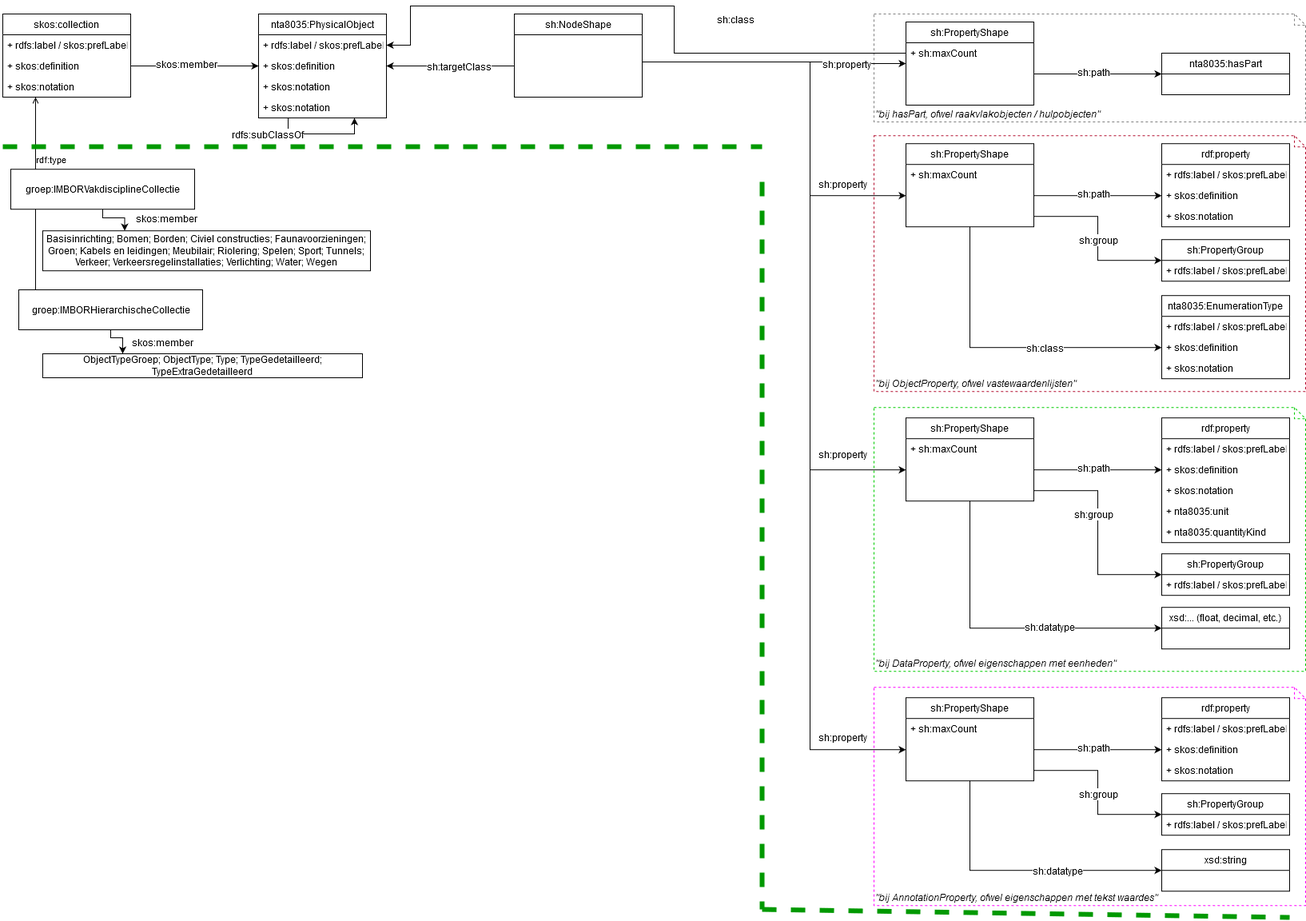
Stichting-CROW/imbor keeps this draw.io diagram as docs/Figures/IMBOR Metamodel.png. Above is the earlier version. Source tidied: cells renumbered, new cells last; positions are measured from the earlier drawing's top-left corner, leaving out a move shared by most shapes.
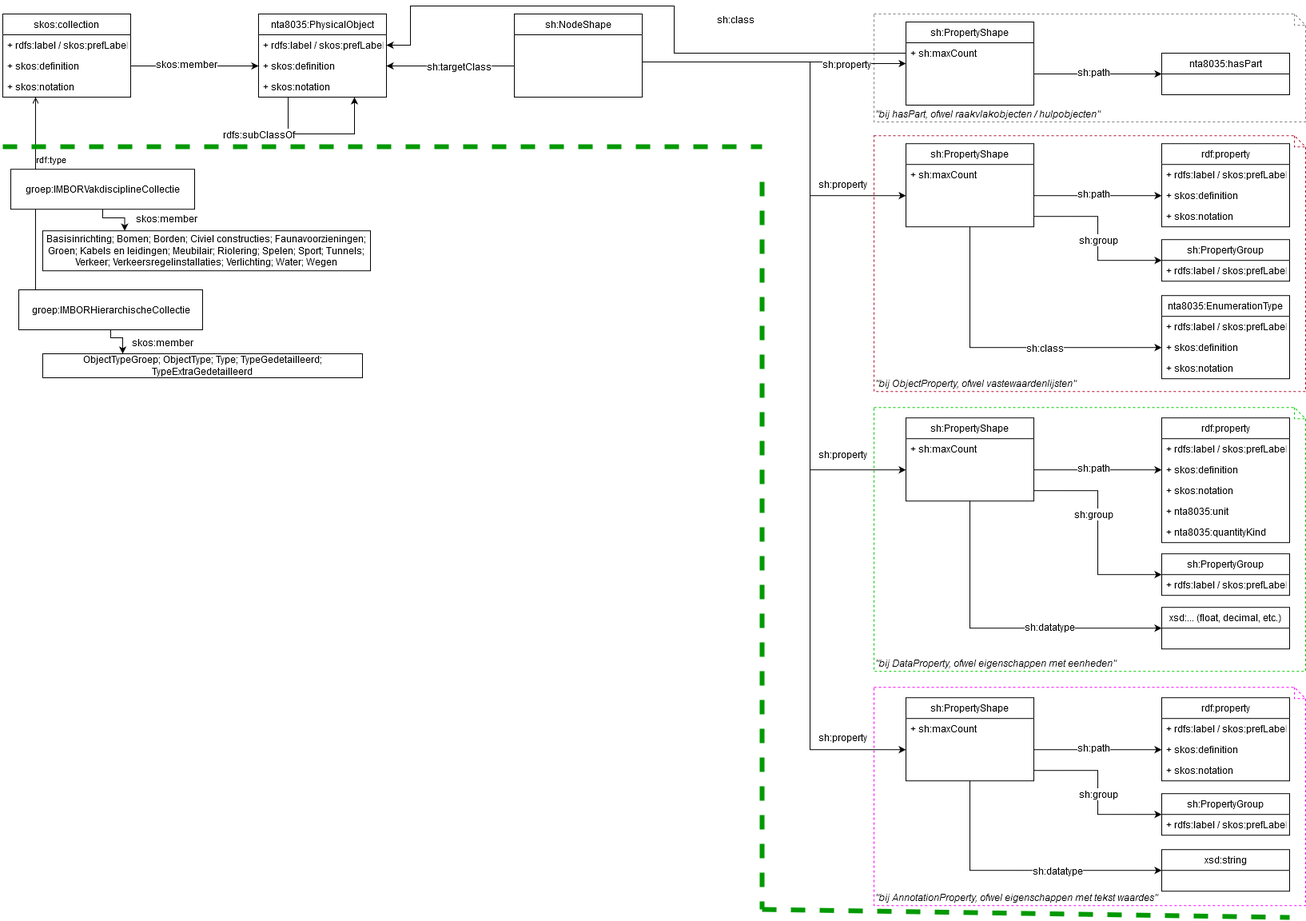
The same file after the commit.

The edit, as a diff of the source:
```diff
@@ -12,7 +12,7 @@
       <mxGeometry x="1090" y="162.2" width="540" height="320" as="geometry" />
     </mxCell>
     <mxCell id="5" value="nta8035:PhysicalObject" style="swimlane;fontStyle=0;horizontal=1;startSize=26;fillColor=none;" parent="1" vertex="1">
-      <mxGeometry x="320" y="10" width="160" height="130" as="geometry" />
+      <mxGeometry x="320" y="10" width="160" height="104" as="geometry" />
     </mxCell>
     <mxCell id="6" value="+ rdfs:label / skos:prefLabel" style="text;strokeColor=none;fillColor=none;align=left;verticalAlign=top;spacingLeft=4;spacingRight=4;overflow=hidden;points=[[0,0.5],[1,0.5]];portConstraint=eastwest;" parent="5" vertex="1">
       <mxGeometry y="26" width="160" height="26" as="geometry" />
@@ -23,9 +23,6 @@
     <mxCell id="8" value="+ skos:notation" style="text;strokeColor=none;fillColor=none;align=left;verticalAlign=top;spacingLeft=4;spacingRight=4;overflow=hidden;" parent="5" vertex="1">
       <mxGeometry y="78" width="160" height="26" as="geometry" />
     </mxCell>
-    <mxCell id="9" value="+ skos:notation" style="text;strokeColor=none;fillColor=none;align=left;verticalAlign=top;spacingLeft=4;spacingRight=4;overflow=hidden;" parent="5" vertex="1">
-      <mxGeometry y="104" width="160" height="26" as="geometry" />
-    </mxCell>
     <mxCell id="10" value="skos:collection" style="swimlane;fontStyle=0;horizontal=1;startSize=26;fillColor=none;" parent="1" vertex="1">
       <mxGeometry y="10" width="160" height="104" as="geometry" />
     </mxCell>
```
